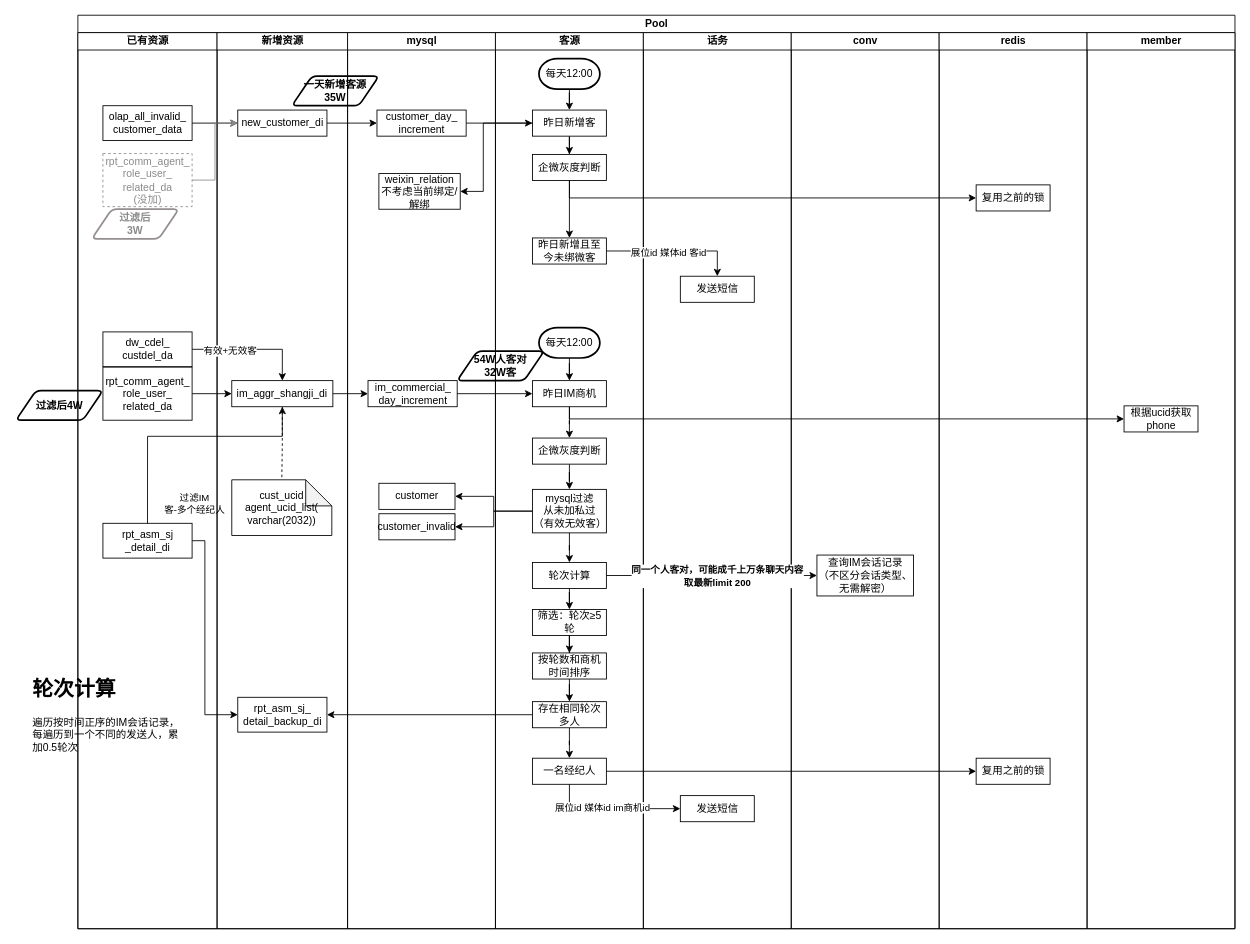
SmellyTrotter/draw.io keeps this draw.io diagram as 240716短信场景拓展.drawio. Above is the earlier version. Source tidied: cells renumbered, new cells numbered last; positions are measured from the earlier drawing's top-left corner, leaving out a move shared by most shapes. Both pictures are drawn from the tidied source at 87%, with x=0, y=0 at pixel (16, 15).
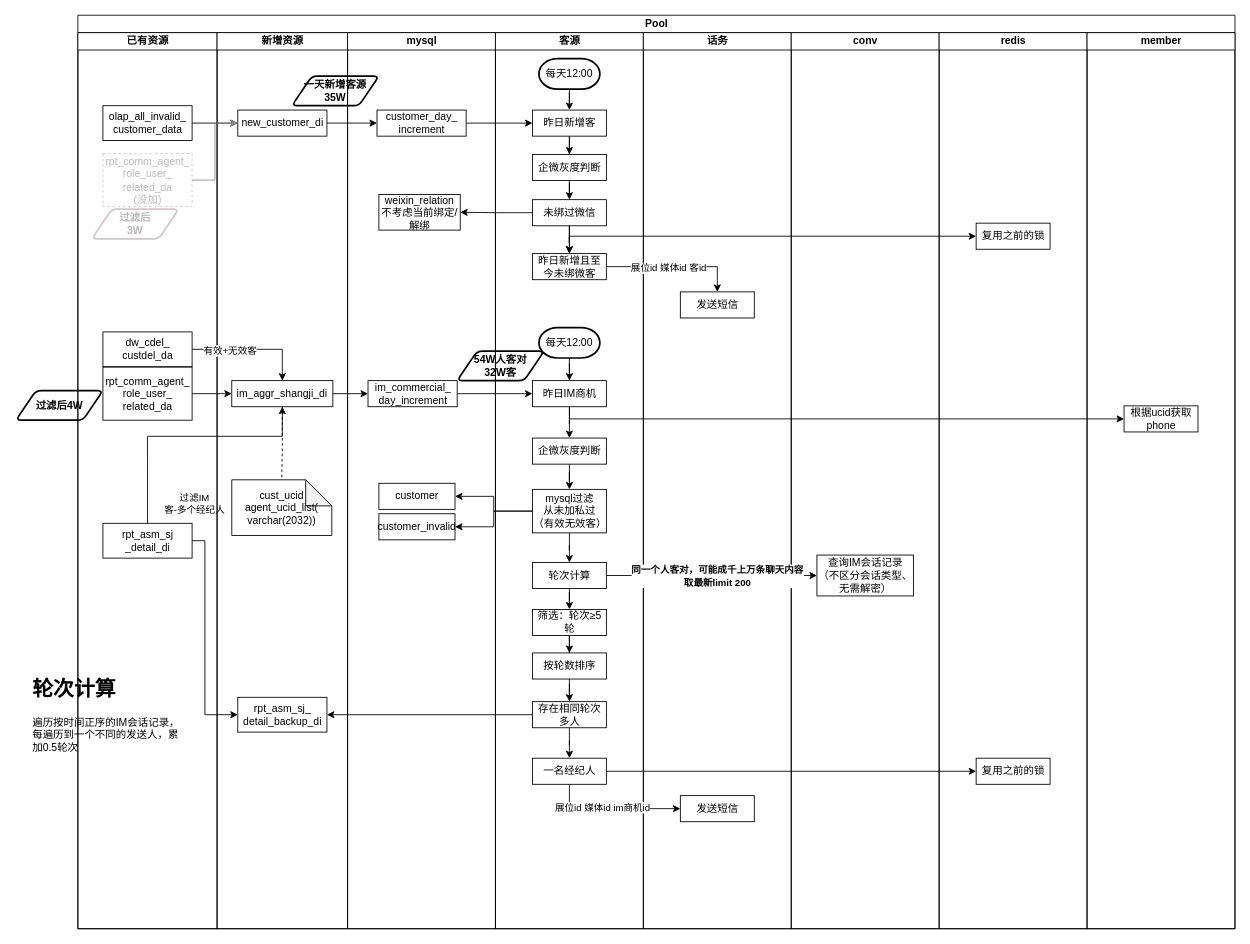
Above is the later version.

Commit message:
更新240716短信场景拓展.drawio

Unchanged cells that the change refers to:
```xml
<mxCell id="3" value="Pool" style="swimlane;startSize=20;html=1;" parent="1" vertex="1">
  <mxGeometry x="71" width="1330" height="1050" as="geometry" />
</mxCell>
<mxCell id="4" value="已有资源" style="swimlane;startSize=20;html=1;" parent="3" vertex="1">
  <mxGeometry y="20" width="160" height="1030" as="geometry" />
</mxCell>
<mxCell id="15" value="mysql" style="swimlane;startSize=20;html=1;" parent="3" vertex="1">
  <mxGeometry x="310" y="20" width="170" height="1030" as="geometry" />
</mxCell>
<mxCell id="20" value="客源" style="swimlane;startSize=20;html=1;" parent="3" vertex="1">
  <mxGeometry x="480" y="20" width="170" height="1030" as="geometry" />
</mxCell>
<mxCell id="29" value="企微灰度判断" style="rounded=0;whiteSpace=wrap;html=1;" parent="20" vertex="1">
  <mxGeometry x="42.5" y="140" width="85" height="30" as="geometry" />
</mxCell>
<mxCell id="34" value="昨日新增客" style="rounded=0;whiteSpace=wrap;html=1;" parent="20" vertex="1">
  <mxGeometry x="42.5" y="89" width="85" height="30" as="geometry" />
</mxCell>
<mxCell id="47" value="话务" style="swimlane;startSize=20;html=1;" parent="3" vertex="1">
  <mxGeometry x="650" y="20" width="170" height="1030" as="geometry" />
</mxCell>
<mxCell id="54" value="redis" style="swimlane;startSize=20;html=1;" parent="3" vertex="1">
  <mxGeometry x="990" y="20" width="170" height="1030" as="geometry" />
</mxCell>
```

The edit, as a diff of the source:
```diff
@@
-    <mxCell id="7" value="过滤后&lt;div&gt;3W&lt;/div&gt;" style="shape=parallelogram;html=1;strokeWidth=2;perimeter=parallelogramPerimeter;whiteSpace=wrap;rounded=1;arcSize=12;size=0.23;fillColor=none;fontStyle=1;strokeColor=#958e8e;fontColor=#8A8A8A;" parent="4" vertex="1">
+    <mxCell id="7" value="过滤后&lt;div&gt;3W&lt;/div&gt;" style="shape=parallelogram;html=1;strokeWidth=2;perimeter=parallelogramPerimeter;whiteSpace=wrap;rounded=1;arcSize=12;size=0.23;fillColor=none;fontStyle=1;strokeColor=#D1C7C7;fontColor=#B8B8B8;" parent="4" vertex="1">
       <mxGeometry x="16" y="203" width="100" height="34" as="geometry" />
     </mxCell>
@@
     <mxCell id="17" value="weixin_relation&lt;div&gt;不考虑当前绑定/解绑&lt;/div&gt;" style="rounded=0;whiteSpace=wrap;html=1;" parent="15" vertex="1">
-      <mxGeometry x="36" y="162" width="93.5" height="41" as="geometry" />
+      <mxGeometry x="36" y="186" width="93.5" height="41" as="geometry" />
     </mxCell>
@@
+    <mxCell id="86" style="edgeStyle=orthogonalEdgeStyle;rounded=0;jettySize=auto;html=1;" parent="20" edge="1" source="29" target="88">
+      <mxGeometry relative="1" as="geometry" />
+    </mxCell>
@@
     <mxCell id="35" value="昨日新增且至今未绑微客" style="rounded=0;whiteSpace=wrap;html=1;" parent="20" vertex="1">
-      <mxGeometry x="42.5" y="236" width="85" height="30" as="geometry" />
+      <mxGeometry x="42.5" y="254" width="85" height="30" as="geometry" />
     </mxCell>
@@
-    <mxCell id="38" style="edgeStyle=orthogonalEdgeStyle;rounded=0;jettySize=auto;html=1;" parent="20" edge="1" source="29" target="35">
+    <mxCell id="38" style="edgeStyle=orthogonalEdgeStyle;rounded=0;jettySize=auto;html=1;" parent="20" edge="1" source="88" target="35">
       <mxGeometry relative="1" as="geometry" />
     </mxCell>
@@
-    <mxCell id="41" value="按轮数和商机时间排序" style="rounded=0;whiteSpace=wrap;html=1;" parent="20" vertex="1">
+    <mxCell id="41" value="按轮数排序" style="rounded=0;whiteSpace=wrap;html=1;" parent="20" vertex="1">
       <mxGeometry x="42.5" y="713" width="85" height="30" as="geometry" />
     </mxCell>
@@
+    <mxCell id="87" style="edgeStyle=orthogonalEdgeStyle;rounded=0;jettySize=auto;html=1;" parent="20" edge="1" source="88" target="35">
+      <mxGeometry relative="1" as="geometry" />
+    </mxCell>
+    <mxCell id="88" value="未绑过微信" style="rounded=0;whiteSpace=wrap;html=1;" parent="20" vertex="1">
+      <mxGeometry x="42.5" y="192" width="85" height="30" as="geometry" />
+    </mxCell>
@@
     <mxCell id="48" value="发送短信" style="rounded=0;whiteSpace=wrap;html=1;" parent="47" vertex="1">
-      <mxGeometry x="42.5" y="280" width="85" height="30" as="geometry" />
+      <mxGeometry x="42.5" y="298" width="85" height="30" as="geometry" />
     </mxCell>
@@
     <mxCell id="56" value="复用之前的锁" style="rounded=0;whiteSpace=wrap;html=1;" parent="54" vertex="1">
-      <mxGeometry x="42.5" y="175" width="85" height="30" as="geometry" />
+      <mxGeometry x="42.5" y="219" width="85" height="30" as="geometry" />
     </mxCell>
@@
-    <mxCell id="68" style="edgeStyle=orthogonalEdgeStyle;rounded=0;jettySize=auto;html=1;entryX=1;entryY=0.5;entryDx=0;entryDy=0;" parent="3" edge="1" source="34" target="17">
-      <mxGeometry relative="1" as="geometry">
-        <Array as="points">
-          <mxPoint x="466" y="124" />
-          <mxPoint x="466" y="203" />
-        </Array>
-      </mxGeometry>
-    </mxCell>
@@
-    <mxCell id="75" style="edgeStyle=orthogonalEdgeStyle;rounded=0;jettySize=auto;html=1;entryX=0;entryY=0.5;entryDx=0;entryDy=0;exitX=0.5;exitY=1;exitDx=0;exitDy=0;" parent="3" edge="1" source="29" target="56">
-      <mxGeometry relative="1" as="geometry" />
-    </mxCell>
@@
+    <mxCell id="89" style="edgeStyle=orthogonalEdgeStyle;rounded=0;jettySize=auto;html=1;" parent="3" edge="1" source="88" target="17">
+      <mxGeometry relative="1" as="geometry" />
+    </mxCell>
+    <mxCell id="90" style="edgeStyle=orthogonalEdgeStyle;rounded=0;jettySize=auto;html=1;exitX=0.5;exitY=1;exitDx=0;exitDy=0;entryX=0;entryY=0.5;entryDx=0;entryDy=0;" parent="3" edge="1" source="88" target="56">
+      <mxGeometry relative="1" as="geometry">
+        <Array as="points">
+          <mxPoint x="565" y="254" />
+        </Array>
+      </mxGeometry>
+    </mxCell>
@@
-    <mxCell id="78" value="rpt_comm_agent_&lt;div&gt;role_user_&lt;/div&gt;&lt;div&gt;related_da&lt;div&gt;(没加)&lt;/div&gt;&lt;/div&gt;" style="rounded=0;whiteSpace=wrap;html=1;dashed=1;strokeColor=#958e8e;fontColor=#8A8A8A;" parent="1" vertex="1">
+    <mxCell id="78" value="rpt_comm_agent_&lt;div&gt;role_user_&lt;/div&gt;&lt;div&gt;related_da&lt;div&gt;(没加)&lt;/div&gt;&lt;/div&gt;" style="rounded=0;whiteSpace=wrap;html=1;dashed=1;strokeColor=#D1C7C7;fontColor=#B8B8B8;" parent="1" vertex="1">
       <mxGeometry x="99.8" y="159" width="102.5" height="61" as="geometry" />
     </mxCell>
```
